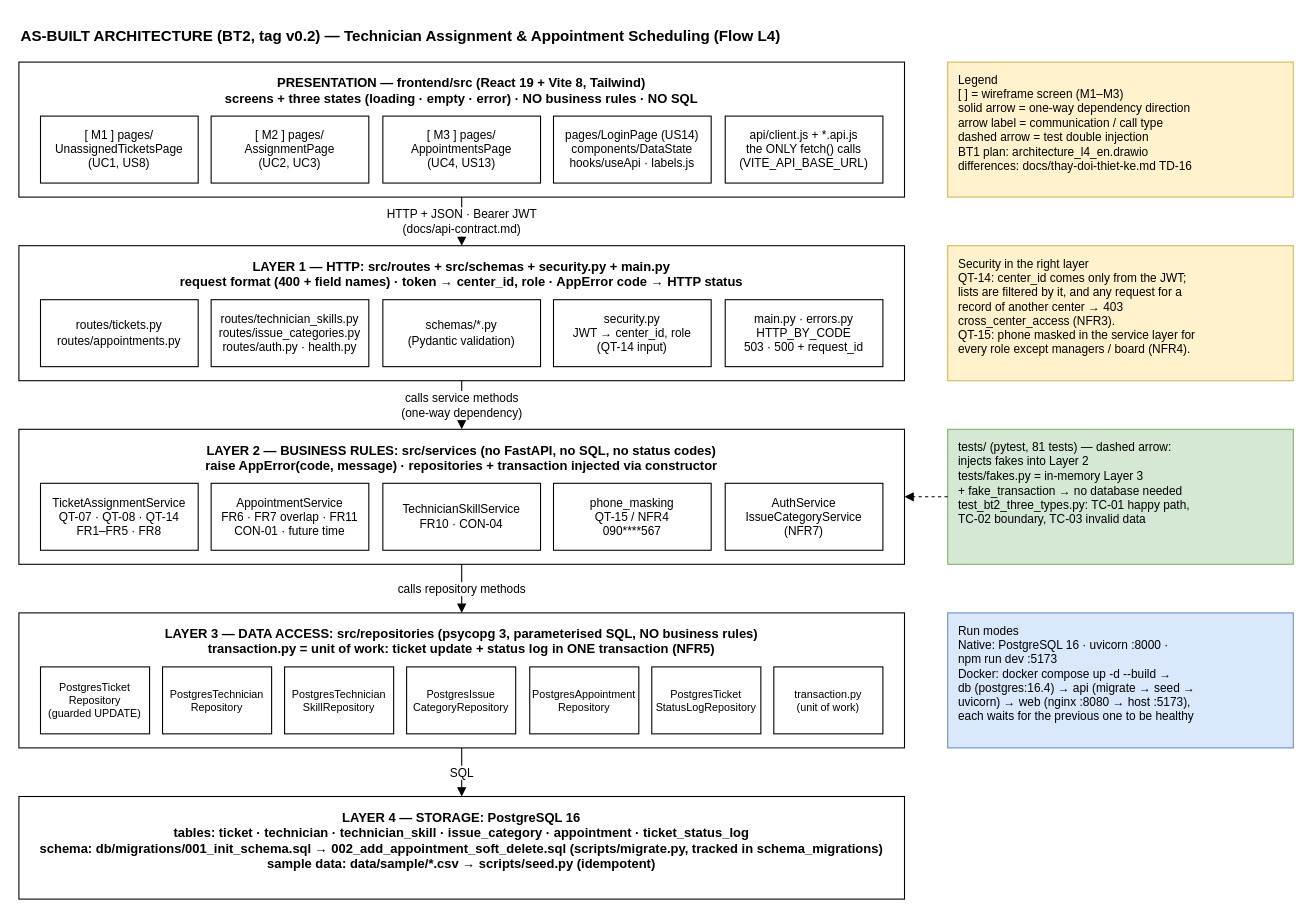
This is docs/architecture-thuc-te.drawio from RASPHONE/cdtn1-rasphonesamphanthamith-l4, a draw.io file, before an edit. Source tidied: cells renumbered, new cells numbered last; positions are measured from the earlier drawing's top-left corner, leaving out a move shared by most shapes. Both pictures are drawn from the tidied source at 108%, with x=0, y=0 at pixel (18, 18).
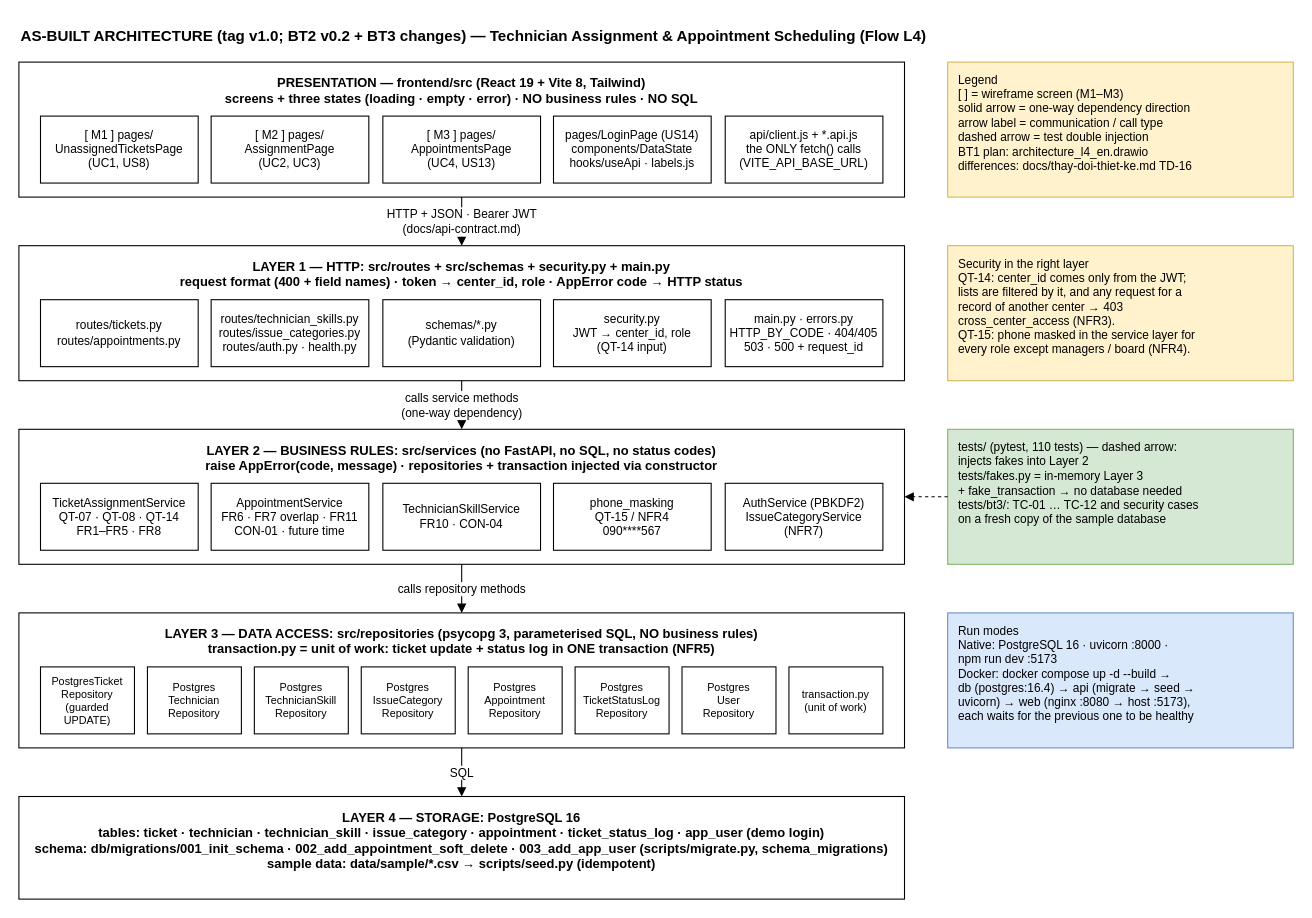
After the change.

Commit message (it also covers changes not shown here):
docs(bt3): BT2 feedback and TD-36 … TD-42; as-built architecture, SRS v0.8, README, Test Plan for v1.0

The change refers to these unchanged cells:
```xml
<mxCell id="3" value="PRESENTATION — frontend/src (React 19 + Vite 8, Tailwind)&#10;screens + three states (loading · empty · error) · NO business rules · NO SQL" style="fontColor=#000000;fontFamily=Helvetica;rounded=0;whiteSpace=wrap;html=0;fillColor=#ffffff;strokeColor=#000000;verticalAlign=top;fontStyle=1;fontSize=12;spacingTop=6;" parent="1" vertex="1">
  <mxGeometry y="40" width="820" height="125" as="geometry" />
</mxCell>
<mxCell id="9" value="LAYER 1 — HTTP: src/routes + src/schemas + security.py + main.py&#10;request format (400 + field names) · token → center_id, role · AppError code → HTTP status" style="fontColor=#000000;fontFamily=Helvetica;rounded=0;whiteSpace=wrap;html=0;fillColor=#ffffff;strokeColor=#000000;verticalAlign=top;fontStyle=1;fontSize=12;spacingTop=6;" parent="1" vertex="1">
  <mxGeometry y="210" width="820" height="125" as="geometry" />
</mxCell>
<mxCell id="15" value="LAYER 2 — BUSINESS RULES: src/services (no FastAPI, no SQL, no status codes)&#10;raise AppError(code, message) · repositories + transaction injected via constructor" style="fontColor=#000000;fontFamily=Helvetica;rounded=0;whiteSpace=wrap;html=0;fillColor=#ffffff;strokeColor=#000000;verticalAlign=top;fontStyle=1;fontSize=12;spacingTop=6;" parent="1" vertex="1">
  <mxGeometry y="380" width="820" height="125" as="geometry" />
</mxCell>
<mxCell id="21" value="LAYER 3 — DATA ACCESS: src/repositories (psycopg 3, parameterised SQL, NO business rules)&#10;transaction.py = unit of work: ticket update + status log in ONE transaction (NFR5)" style="fontColor=#000000;fontFamily=Helvetica;rounded=0;whiteSpace=wrap;html=0;fillColor=#ffffff;strokeColor=#000000;verticalAlign=top;fontStyle=1;fontSize=12;spacingTop=6;" parent="1" vertex="1">
  <mxGeometry y="550" width="820" height="125" as="geometry" />
</mxCell>
```

Change to the diagram source:
```diff
@@
-    <mxCell id="2" value="AS-BUILT ARCHITECTURE (BT2, tag v0.2) — Technician Assignment &amp; Appointment Scheduling (Flow L4)" style="fontColor=#000000;fontFamily=Helvetica;text;html=0;align=left;verticalAlign=middle;fontSize=14;fontStyle=1;fillColor=none;strokeColor=none;" parent="1" vertex="1">
+    <mxCell id="2" value="AS-BUILT ARCHITECTURE (tag v1.0; BT2 v0.2 + BT3 changes) — Technician Assignment &amp; Appointment Scheduling (Flow L4)" style="fontColor=#000000;fontFamily=Helvetica;text;html=0;align=left;verticalAlign=middle;fontSize=14;fontStyle=1;fillColor=none;strokeColor=none;" parent="1" vertex="1">
       <mxGeometry width="1000" height="30" as="geometry" />
     </mxCell>
@@
-    <mxCell id="14" value="main.py · errors.py&#10;HTTP_BY_CODE&#10;503 · 500 + request_id" style="fontColor=#000000;fontFamily=Helvetica;rounded=0;whiteSpace=wrap;html=0;fillColor=#ffffff;strokeColor=#000000;fontSize=11;" parent="1" vertex="1">
+    <mxCell id="14" value="main.py · errors.py&#10;HTTP_BY_CODE · 404/405&#10;503 · 500 + request_id" style="fontColor=#000000;fontFamily=Helvetica;rounded=0;whiteSpace=wrap;html=0;fillColor=#ffffff;strokeColor=#000000;fontSize=11;" parent="1" vertex="1">
       <mxGeometry x="654" y="260" width="146" height="62" as="geometry" />
     </mxCell>
@@
-    <mxCell id="20" value="AuthService&#10;IssueCategoryService&#10;(NFR7)" style="fontColor=#000000;fontFamily=Helvetica;rounded=0;whiteSpace=wrap;html=0;fillColor=#ffffff;strokeColor=#000000;fontSize=11;" parent="1" vertex="1">
+    <mxCell id="20" value="AuthService (PBKDF2)&#10;IssueCategoryService&#10;(NFR7)" style="fontColor=#000000;fontFamily=Helvetica;rounded=0;whiteSpace=wrap;html=0;fillColor=#ffffff;strokeColor=#000000;fontSize=11;" parent="1" vertex="1">
       <mxGeometry x="654" y="430" width="146" height="62" as="geometry" />
     </mxCell>
@@
     <mxCell id="22" value="PostgresTicket&#10;Repository&#10;(guarded UPDATE)" style="fontColor=#000000;fontFamily=Helvetica;rounded=0;whiteSpace=wrap;html=0;fillColor=#ffffff;strokeColor=#000000;fontSize=10;" parent="1" vertex="1">
-      <mxGeometry x="20" y="600" width="101" height="62" as="geometry" />
+      <mxGeometry x="20" y="600" width="87" height="62" as="geometry" />
     </mxCell>
-    <mxCell id="23" value="PostgresTechnician&#10;Repository" style="fontColor=#000000;fontFamily=Helvetica;rounded=0;whiteSpace=wrap;html=0;fillColor=#ffffff;strokeColor=#000000;fontSize=10;" parent="1" vertex="1">
-      <mxGeometry x="133" y="600" width="101" height="62" as="geometry" />
+    <mxCell id="23" value="Postgres&#10;Technician&#10;Repository" style="fontColor=#000000;fontFamily=Helvetica;rounded=0;whiteSpace=wrap;html=0;fillColor=#ffffff;strokeColor=#000000;fontSize=10;" parent="1" vertex="1">
+      <mxGeometry x="119" y="600" width="87" height="62" as="geometry" />
     </mxCell>
-    <mxCell id="24" value="PostgresTechnician&#10;SkillRepository" style="fontColor=#000000;fontFamily=Helvetica;rounded=0;whiteSpace=wrap;html=0;fillColor=#ffffff;strokeColor=#000000;fontSize=10;" parent="1" vertex="1">
-      <mxGeometry x="246" y="600" width="101" height="62" as="geometry" />
+    <mxCell id="24" value="Postgres&#10;TechnicianSkill&#10;Repository" style="fontColor=#000000;fontFamily=Helvetica;rounded=0;whiteSpace=wrap;html=0;fillColor=#ffffff;strokeColor=#000000;fontSize=10;" parent="1" vertex="1">
+      <mxGeometry x="218" y="600" width="87" height="62" as="geometry" />
     </mxCell>
-    <mxCell id="25" value="PostgresIssue&#10;CategoryRepository" style="fontColor=#000000;fontFamily=Helvetica;rounded=0;whiteSpace=wrap;html=0;fillColor=#ffffff;strokeColor=#000000;fontSize=10;" parent="1" vertex="1">
-      <mxGeometry x="359" y="600" width="101" height="62" as="geometry" />
+    <mxCell id="25" value="Postgres&#10;IssueCategory&#10;Repository" style="fontColor=#000000;fontFamily=Helvetica;rounded=0;whiteSpace=wrap;html=0;fillColor=#ffffff;strokeColor=#000000;fontSize=10;" parent="1" vertex="1">
+      <mxGeometry x="317" y="600" width="87" height="62" as="geometry" />
     </mxCell>
-    <mxCell id="26" value="PostgresAppointment&#10;Repository" style="fontColor=#000000;fontFamily=Helvetica;rounded=0;whiteSpace=wrap;html=0;fillColor=#ffffff;strokeColor=#000000;fontSize=10;" parent="1" vertex="1">
-      <mxGeometry x="473" y="600" width="101" height="62" as="geometry" />
+    <mxCell id="26" value="Postgres&#10;Appointment&#10;Repository" style="fontColor=#000000;fontFamily=Helvetica;rounded=0;whiteSpace=wrap;html=0;fillColor=#ffffff;strokeColor=#000000;fontSize=10;" parent="1" vertex="1">
+      <mxGeometry x="416" y="600" width="87" height="62" as="geometry" />
     </mxCell>
-    <mxCell id="27" value="PostgresTicket&#10;StatusLogRepository" style="fontColor=#000000;fontFamily=Helvetica;rounded=0;whiteSpace=wrap;html=0;fillColor=#ffffff;strokeColor=#000000;fontSize=10;" parent="1" vertex="1">
-      <mxGeometry x="586" y="600" width="101" height="62" as="geometry" />
+    <mxCell id="27" value="Postgres&#10;TicketStatusLog&#10;Repository" style="fontColor=#000000;fontFamily=Helvetica;rounded=0;whiteSpace=wrap;html=0;fillColor=#ffffff;strokeColor=#000000;fontSize=10;" parent="1" vertex="1">
+      <mxGeometry x="515" y="600" width="87" height="62" as="geometry" />
     </mxCell>
-    <mxCell id="28" value="transaction.py&#10;(unit of work)" style="fontColor=#000000;fontFamily=Helvetica;rounded=0;whiteSpace=wrap;html=0;fillColor=#ffffff;strokeColor=#000000;fontSize=10;" parent="1" vertex="1">
-      <mxGeometry x="699" y="600" width="101" height="62" as="geometry" />
+    <mxCell id="28" value="Postgres&#10;User&#10;Repository" style="fontColor=#000000;fontFamily=Helvetica;rounded=0;whiteSpace=wrap;html=0;fillColor=#ffffff;strokeColor=#000000;fontSize=10;" parent="1" vertex="1">
+      <mxGeometry x="614" y="600" width="87" height="62" as="geometry" />
     </mxCell>
-    <mxCell id="29" value="LAYER 4 — STORAGE: PostgreSQL 16&#10;tables: ticket · technician · technician_skill · issue_category · appointment · ticket_status_log&#10;schema: db/migrations/001_init_schema.sql → 002_add_appointment_soft_delete.sql (scripts/migrate.py, tracked in schema_migrations)&#10;sample data: data/sample/*.csv → scripts/seed.py (idempotent)" style="fontColor=#000000;fontFamily=Helvetica;rounded=0;whiteSpace=wrap;html=0;fillColor=#ffffff;strokeColor=#000000;verticalAlign=top;fontStyle=1;fontSize=12;spacingTop=6;" parent="1" vertex="1">
-      <mxGeometry y="720" width="820" height="95" as="geometry" />
+    <mxCell id="29" value="transaction.py&#10;(unit of work)" style="fontColor=#000000;fontFamily=Helvetica;rounded=0;whiteSpace=wrap;html=0;fillColor=#ffffff;strokeColor=#000000;fontSize=10;" parent="1" vertex="1">
+      <mxGeometry x="713" y="600" width="87" height="62" as="geometry" />
     </mxCell>
-    <mxCell id="30" value="HTTP + JSON · Bearer JWT&#10;(docs/api-contract.md)" style="edgeStyle=none;html=1;endArrow=block;endFill=1;strokeColor=#000000;fontSize=11;labelBackgroundColor=#ffffff;fontColor=#000000;fontFamily=Helvetica;" parent="1" edge="1" source="3" target="9">
-      <mxGeometry relative="1" as="geometry" />
+    <mxCell id="30" value="LAYER 4 — STORAGE: PostgreSQL 16&#10;tables: ticket · technician · technician_skill · issue_category · appointment · ticket_status_log · app_user (demo login)&#10;schema: db/migrations/001_init_schema · 002_add_appointment_soft_delete · 003_add_app_user (scripts/migrate.py, schema_migrations)&#10;sample data: data/sample/*.csv → scripts/seed.py (idempotent)" style="fontColor=#000000;fontFamily=Helvetica;rounded=0;whiteSpace=wrap;html=0;fillColor=#ffffff;strokeColor=#000000;verticalAlign=top;fontStyle=1;fontSize=12;spacingTop=6;" parent="1" vertex="1">
+      <mxGeometry y="720" width="820" height="95" as="geometry" />
     </mxCell>
-    <mxCell id="31" value="calls service methods&#10;(one-way dependency)" style="edgeStyle=none;html=1;endArrow=block;endFill=1;strokeColor=#000000;fontSize=11;labelBackgroundColor=#ffffff;fontColor=#000000;fontFamily=Helvetica;" parent="1" edge="1" source="9" target="15">
+    <mxCell id="31" value="HTTP + JSON · Bearer JWT&#10;(docs/api-contract.md)" style="edgeStyle=none;html=1;endArrow=block;endFill=1;strokeColor=#000000;fontSize=11;labelBackgroundColor=#ffffff;fontColor=#000000;fontFamily=Helvetica;" parent="1" edge="1" source="3" target="9">
       <mxGeometry relative="1" as="geometry" />
     </mxCell>
-    <mxCell id="32" value="calls repository methods" style="edgeStyle=none;html=1;endArrow=block;endFill=1;strokeColor=#000000;fontSize=11;labelBackgroundColor=#ffffff;fontColor=#000000;fontFamily=Helvetica;" parent="1" edge="1" source="15" target="21">
+    <mxCell id="32" value="calls service methods&#10;(one-way dependency)" style="edgeStyle=none;html=1;endArrow=block;endFill=1;strokeColor=#000000;fontSize=11;labelBackgroundColor=#ffffff;fontColor=#000000;fontFamily=Helvetica;" parent="1" edge="1" source="9" target="15">
       <mxGeometry relative="1" as="geometry" />
     </mxCell>
-    <mxCell id="33" value="SQL" style="edgeStyle=none;html=1;endArrow=block;endFill=1;strokeColor=#000000;fontSize=11;labelBackgroundColor=#ffffff;fontColor=#000000;fontFamily=Helvetica;" parent="1" edge="1" source="21" target="29">
+    <mxCell id="33" value="calls repository methods" style="edgeStyle=none;html=1;endArrow=block;endFill=1;strokeColor=#000000;fontSize=11;labelBackgroundColor=#ffffff;fontColor=#000000;fontFamily=Helvetica;" parent="1" edge="1" source="15" target="21">
       <mxGeometry relative="1" as="geometry" />
     </mxCell>
-    <mxCell id="34" value="tests/ (pytest, 81 tests) — dashed arrow:&#10;injects fakes into Layer 2&#10;tests/fakes.py = in-memory Layer 3&#10;+ fake_transaction → no database needed&#10;test_bt2_three_types.py: TC-01 happy path,&#10;TC-02 boundary, TC-03 invalid data" style="fontColor=#000000;fontFamily=Helvetica;rounded=0;whiteSpace=wrap;html=0;fillColor=#d5e8d4;strokeColor=#82b366;align=left;verticalAlign=top;spacingLeft=8;spacingTop=4;fontSize=11;" parent="1" vertex="1">
-      <mxGeometry x="860" y="380" width="320" height="125" as="geometry" />
+    <mxCell id="34" value="SQL" style="edgeStyle=none;html=1;endArrow=block;endFill=1;strokeColor=#000000;fontSize=11;labelBackgroundColor=#ffffff;fontColor=#000000;fontFamily=Helvetica;" parent="1" edge="1" source="21" target="30">
+      <mxGeometry relative="1" as="geometry" />
     </mxCell>
-    <mxCell id="35" style="edgeStyle=none;html=1;endArrow=block;endFill=1;strokeColor=#000000;fontSize=11;labelBackgroundColor=#ffffff;fontColor=#000000;fontFamily=Helvetica;dashed=1;" parent="1" edge="1" source="34" target="15">
-      <mxGeometry relative="1" as="geometry" />
+    <mxCell id="35" value="tests/ (pytest, 110 tests) — dashed arrow:&#10;injects fakes into Layer 2&#10;tests/fakes.py = in-memory Layer 3&#10;+ fake_transaction → no database needed&#10;tests/bt3/: TC-01 … TC-12 and security cases&#10;on a fresh copy of the sample database" style="fontColor=#000000;fontFamily=Helvetica;rounded=0;whiteSpace=wrap;html=0;fillColor=#d5e8d4;strokeColor=#82b366;align=left;verticalAlign=top;spacingLeft=8;spacingTop=4;fontSize=11;" parent="1" vertex="1">
+      <mxGeometry x="860" y="380" width="320" height="125" as="geometry" />
     </mxCell>
-    <mxCell id="36" value="Legend&#10;[ ] = wireframe screen (M1–M3)&#10;solid arrow = one-way dependency direction&#10;arrow label = communication / call type&#10;dashed arrow = test double injection&#10;BT1 plan: architecture_l4_en.drawio&#10;differences: docs/thay-doi-thiet-ke.md TD-16" style="fontColor=#000000;fontFamily=Helvetica;rounded=0;whiteSpace=wrap;html=0;fillColor=#fff2cc;strokeColor=#d6b656;align=left;verticalAlign=top;spacingLeft=8;spacingTop=4;fontSize=11;" parent="1" vertex="1">
-      <mxGeometry x="860" y="40" width="320" height="125" as="geometry" />
+    <mxCell id="36" style="edgeStyle=none;html=1;endArrow=block;endFill=1;strokeColor=#000000;fontSize=11;labelBackgroundColor=#ffffff;fontColor=#000000;fontFamily=Helvetica;dashed=1;" parent="1" edge="1" source="35" target="15">
+      <mxGeometry relative="1" as="geometry" />
     </mxCell>
-    <mxCell id="37" value="Security in the right layer&#10;QT-14: center_id comes only from the JWT;&#10;lists are filtered by it, and any request for a&#10;record of another center → 403&#10;cross_center_access (NFR3).&#10;QT-15: phone masked in the service layer for&#10;every role except managers / board (NFR4)." style="fontColor=#000000;fontFamily=Helvetica;rounded=0;whiteSpace=wrap;html=0;fillColor=#fff2cc;strokeColor=#d6b656;align=left;verticalAlign=top;spacingLeft=8;spacingTop=4;fontSize=11;" parent="1" vertex="1">
-      <mxGeometry x="860" y="210" width="320" height="125" as="geometry" />
+    <mxCell id="37" value="Legend&#10;[ ] = wireframe screen (M1–M3)&#10;solid arrow = one-way dependency direction&#10;arrow label = communication / call type&#10;dashed arrow = test double injection&#10;BT1 plan: architecture_l4_en.drawio&#10;differences: docs/thay-doi-thiet-ke.md TD-16" style="fontColor=#000000;fontFamily=Helvetica;rounded=0;whiteSpace=wrap;html=0;fillColor=#fff2cc;strokeColor=#d6b656;align=left;verticalAlign=top;spacingLeft=8;spacingTop=4;fontSize=11;" parent="1" vertex="1">
+      <mxGeometry x="860" y="40" width="320" height="125" as="geometry" />
     </mxCell>
-    <mxCell id="38" value="Run modes&#10;Native: PostgreSQL 16 · uvicorn :8000 ·&#10;npm run dev :5173&#10;Docker: docker compose up -d --build →&#10;db (postgres:16.4) → api (migrate → seed →&#10;uvicorn) → web (nginx :8080 → host :5173),&#10;each waits for the previous one to be healthy" style="fontColor=#000000;fontFamily=Helvetica;rounded=0;whiteSpace=wrap;html=0;fillColor=#dae8fc;strokeColor=#6c8ebf;align=left;verticalAlign=top;spacingLeft=8;spacingTop=4;fontSize=11;" parent="1" vertex="1">
-      <mxGeometry x="860" y="550" width="320" height="125" as="geometry" />
+    <mxCell id="38" value="Security in the right layer&#10;QT-14: center_id comes only from the JWT;&#10;lists are filtered by it, and any request for a&#10;record of another center → 403&#10;cross_center_access (NFR3).&#10;QT-15: phone masked in the service layer for&#10;every role except managers / board (NFR4)." style="fontColor=#000000;fontFamily=Helvetica;rounded=0;whiteSpace=wrap;html=0;fillColor=#fff2cc;strokeColor=#d6b656;align=left;verticalAlign=top;spacingLeft=8;spacingTop=4;fontSize=11;" parent="1" vertex="1">
+      <mxGeometry x="860" y="210" width="320" height="125" as="geometry" />
     </mxCell>
+    <mxCell id="39" value="Run modes&#10;Native: PostgreSQL 16 · uvicorn :8000 ·&#10;npm run dev :5173&#10;Docker: docker compose up -d --build →&#10;db (postgres:16.4) → api (migrate → seed →&#10;uvicorn) → web (nginx :8080 → host :5173),&#10;each waits for the previous one to be healthy" style="fontColor=#000000;fontFamily=Helvetica;rounded=0;whiteSpace=wrap;html=0;fillColor=#dae8fc;strokeColor=#6c8ebf;align=left;verticalAlign=top;spacingLeft=8;spacingTop=4;fontSize=11;" parent="1" vertex="1">
+      <mxGeometry x="860" y="550" width="320" height="125" as="geometry" />
+    </mxCell>
```
